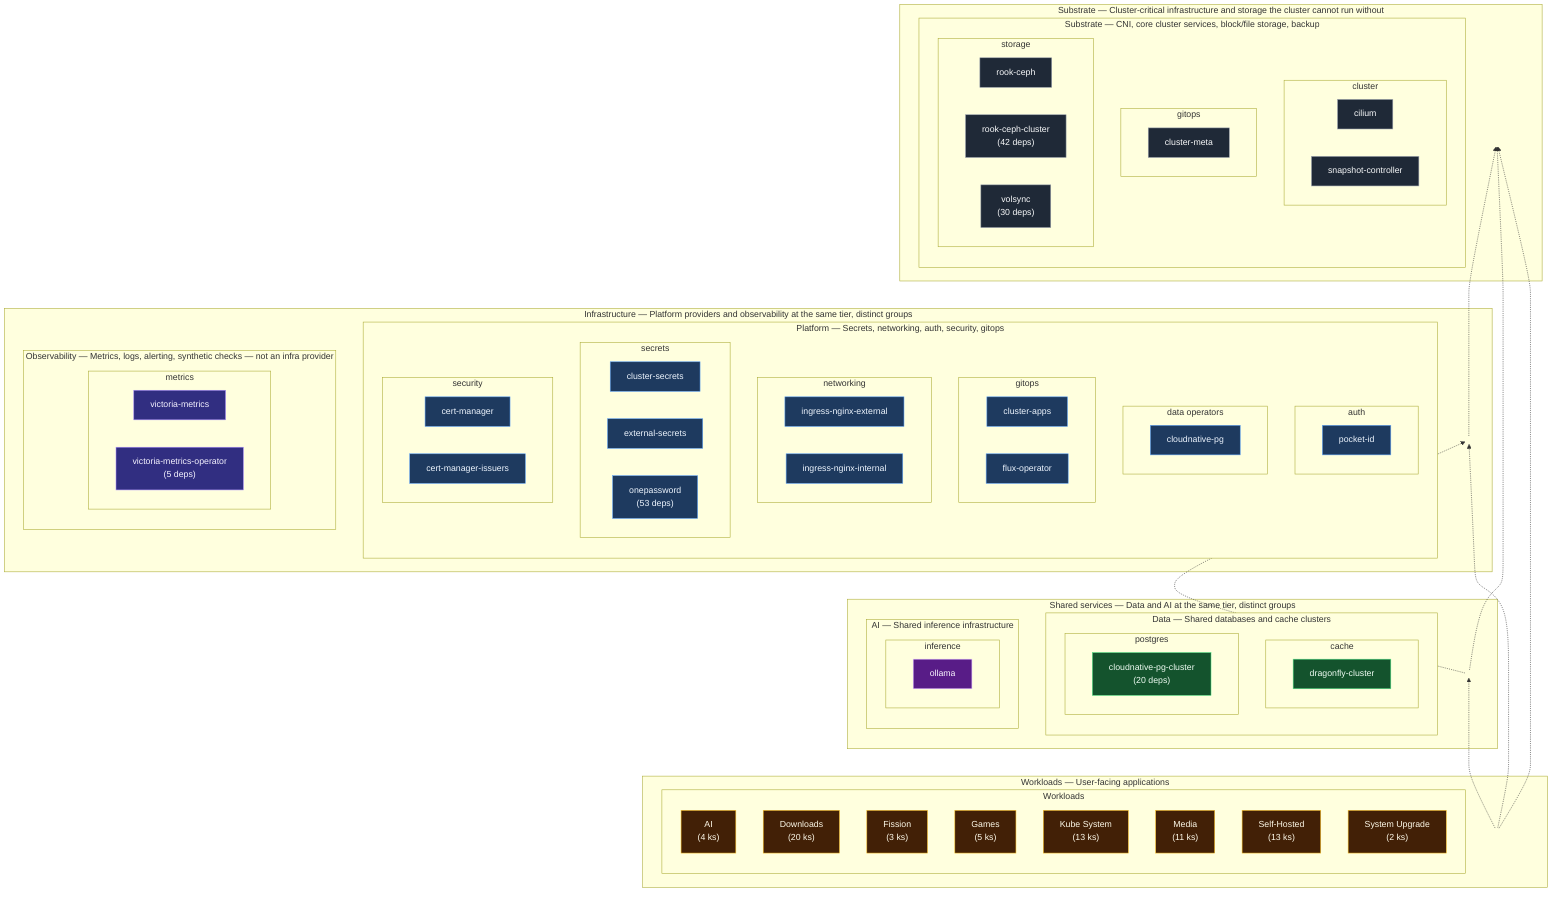
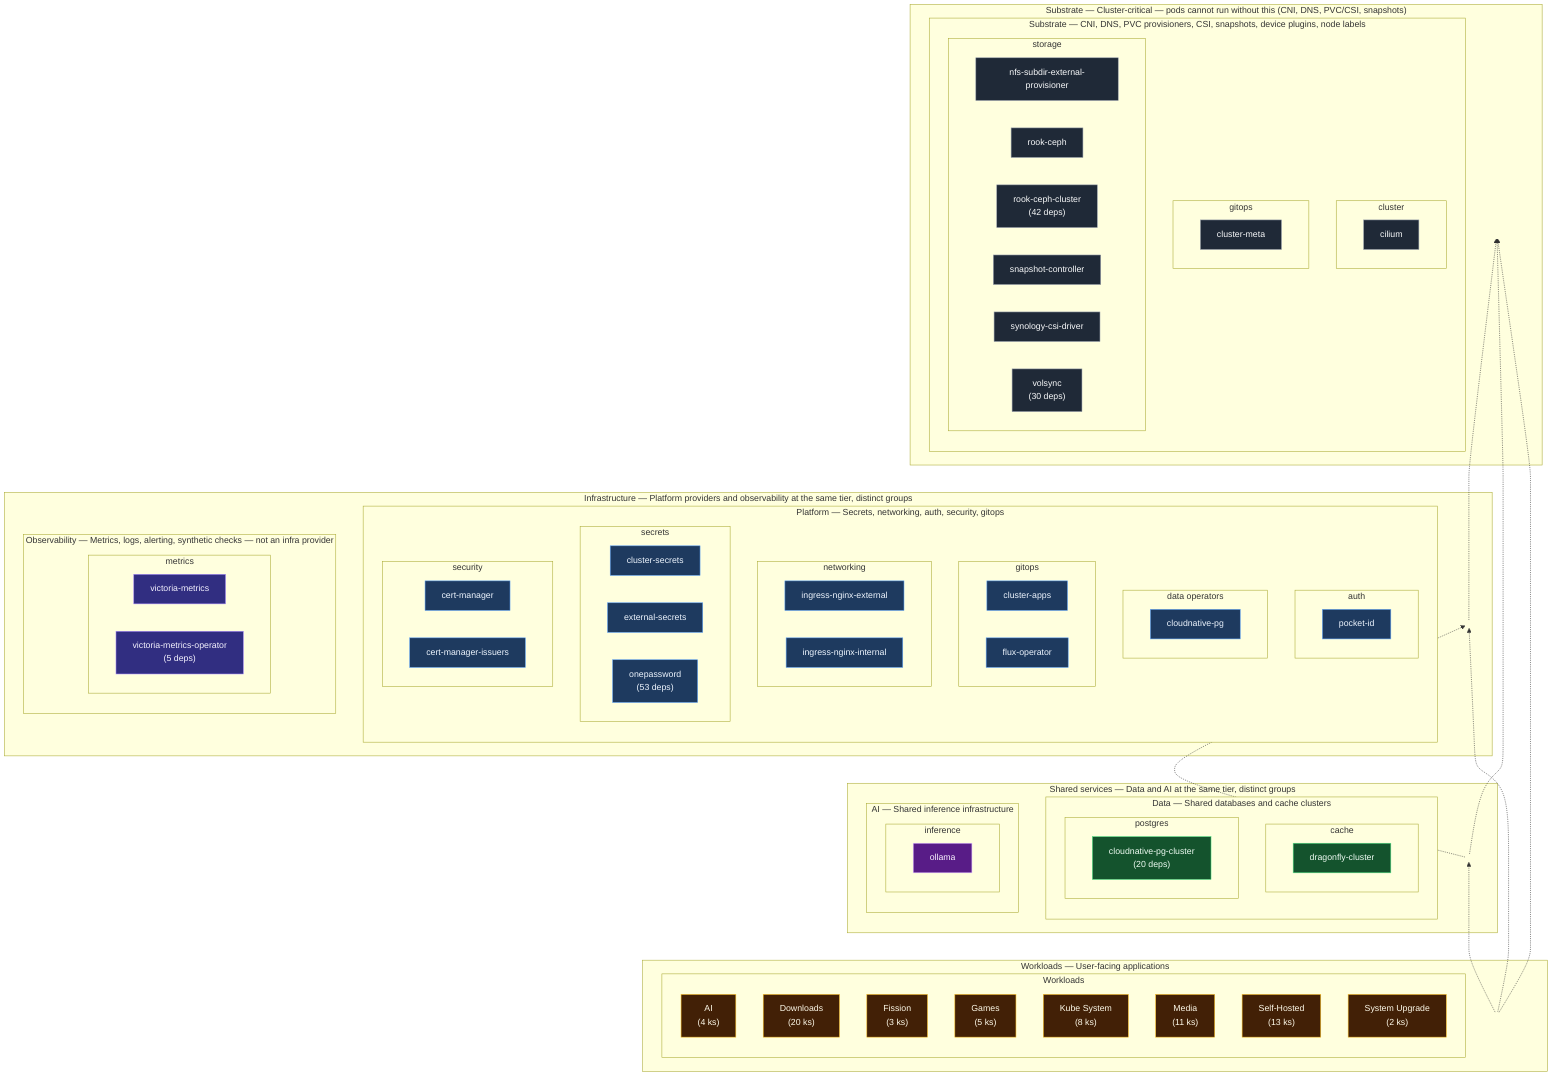
flowchart BT

  %% Cross-tier dependsOn summary (higher tier -.-> lower tier it depends on)

-   subgraph vt0["Substrate — Cluster-critical infrastructure and storage the cluster cannot run without"]
-     subgraph g_substrate["Substrate — CNI, core cluster services, block/file storage, backup"]
+   subgraph vt0["Substrate — Cluster-critical — pods cannot run without this (CNI, DNS, PVC/CSI, snapshots)"]
+     subgraph g_substrate["Substrate — CNI, DNS, PVC provisioners, CSI, snapshots, device plugins, node labels"]
      subgraph p_substrate_substrate_cluster["cluster"]
        cilium["cilium"]
        class cilium substrate
-         snapshot_controller["snapshot-controller"]
-         class snapshot_controller substrate
      end
      subgraph p_substrate_substrate_gitops["gitops"]
        cluster_meta["cluster-meta"]
        class cluster_meta substrate
      end
      subgraph p_substrate_substrate_storage["storage"]
+         nfs_subdir_external_provisioner["nfs-subdir-external-provisioner"]
+         class nfs_subdir_external_provisioner substrate
        rook_ceph["rook-ceph"]
        class rook_ceph substrate
        rook_ceph_cluster["rook-ceph-cluster<br/>(42 deps)"]
        class rook_ceph_cluster substrate
+         snapshot_controller["snapshot-controller"]
+         class snapshot_controller substrate
+         synology_csi_driver["synology-csi-driver"]
+         class synology_csi_driver substrate
        volsync["volsync<br/>(30 deps)"]
        class volsync substrate
      end
    end
    hub_vt0(( ))
    class hub_vt0 hub
  end

  subgraph vt1["Infrastructure — Platform providers and observability at the same tier, distinct groups"]
    subgraph g_platform["Platform — Secrets, networking, auth, security, gitops"]
      subgraph p_platform_platform_auth["auth"]
        pocket_id["pocket-id"]
        class pocket_id platform
      end
      subgraph p_platform_platform_data_operators["data operators"]
        cloudnative_pg["cloudnative-pg"]
        class cloudnative_pg platform
      end
      subgraph p_platform_platform_gitops["gitops"]
        cluster_apps["cluster-apps"]
        class cluster_apps platform
        flux_operator["flux-operator"]
        class flux_operator platform
      end
      subgraph p_platform_platform_networking["networking"]
        ingress_nginx_external["ingress-nginx-external"]
        class ingress_nginx_external platform
        ingress_nginx_internal["ingress-nginx-internal"]
        class ingress_nginx_internal platform
      end
      subgraph p_platform_platform_secrets["secrets"]
        cluster_secrets["cluster-secrets"]
        class cluster_secrets platform
        external_secrets["external-secrets"]
        class external_secrets platform
        onepassword["onepassword<br/>(53 deps)"]
        class onepassword platform
      end
      subgraph p_platform_platform_security["security"]
        cert_manager["cert-manager"]
        class cert_manager platform
        cert_manager_issuers["cert-manager-issuers"]
        class cert_manager_issuers platform
      end
    end
    subgraph g_observability["Observability — Metrics, logs, alerting, synthetic checks — not an infra provider"]
      subgraph p_observability_observability_metrics["metrics"]
        victoria_metrics["victoria-metrics"]
        class victoria_metrics observability
        victoria_metrics_operator["victoria-metrics-operator<br/>(5 deps)"]
        class victoria_metrics_operator observability
      end
    end
    hub_vt1(( ))
    class hub_vt1 hub
  end

  subgraph vt2["Shared services — Data and AI at the same tier, distinct groups"]
    subgraph g_data["Data — Shared databases and cache clusters"]
      subgraph p_data_data_cache["cache"]
        dragonfly_cluster["dragonfly-cluster"]
        class dragonfly_cluster data
      end
      subgraph p_data_data_postgres["postgres"]
        cloudnative_pg_cluster["cloudnative-pg-cluster<br/>(20 deps)"]
        class cloudnative_pg_cluster data
      end
    end
    subgraph g_ai["AI — Shared inference infrastructure"]
      subgraph p_ai_ai_inference["inference"]
        ollama["ollama"]
        class ollama ai
      end
    end
    hub_vt2(( ))
    class hub_vt2 hub
  end

  subgraph vt3["Workloads — User-facing applications"]
    subgraph g_workloads["Workloads"]
      wl_ai["AI<br/>(4 ks)"]
      class wl_ai workloads
      wl_downloads["Downloads<br/>(20 ks)"]
      class wl_downloads workloads
      wl_fission["Fission<br/>(3 ks)"]
      class wl_fission workloads
      wl_games["Games<br/>(5 ks)"]
      class wl_games workloads
-       wl_kube_system["Kube System<br/>(13 ks)"]
+       wl_kube_system["Kube System<br/>(8 ks)"]
      class wl_kube_system workloads
      wl_media["Media<br/>(11 ks)"]
      class wl_media workloads
      wl_self_hosted["Self-Hosted<br/>(13 ks)"]
      class wl_self_hosted workloads
      wl_system_upgrade["System Upgrade<br/>(2 ks)"]
      class wl_system_upgrade workloads
    end
    hub_vt3(( ))
    class hub_vt3 hub
  end

  hub_vt1 -.-> hub_vt0
  hub_vt2 -.-> hub_vt0
  hub_vt2 -.-> hub_vt1
  hub_vt3 -.-> hub_vt0
  hub_vt3 -.-> hub_vt1
  hub_vt3 -.-> hub_vt2

  %% styling
  classDef hub fill:none,stroke:none,color:transparent
  classDef substrate fill:#1f2937,stroke:#9ca3af,color:#f9fafb
  classDef platform fill:#1e3a5f,stroke:#60a5fa,color:#eff6ff
  classDef observability fill:#312e81,stroke:#a78bfa,color:#f5f3ff
  classDef data fill:#14532d,stroke:#4ade80,color:#f0fdf4
  classDef ai fill:#581c87,stroke:#d8b4fe,color:#faf5ff
  classDef workloads fill:#422006,stroke:#fbbf24,color:#fffbeb
